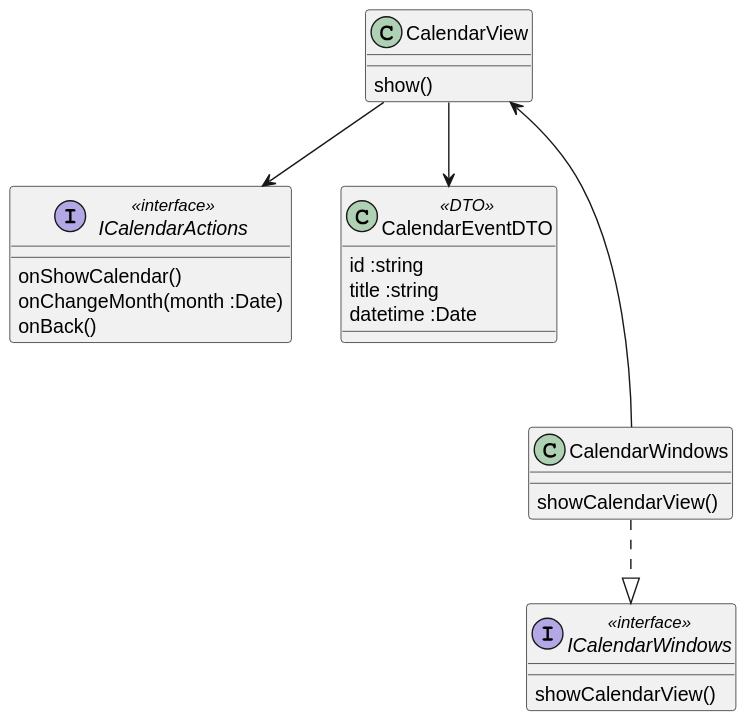
Igor-Ochocki/POP-2026Z keeps this PlantUML diagram as diagrams/frontend/rendered/calendar-view.svg. Above is the earlier version.
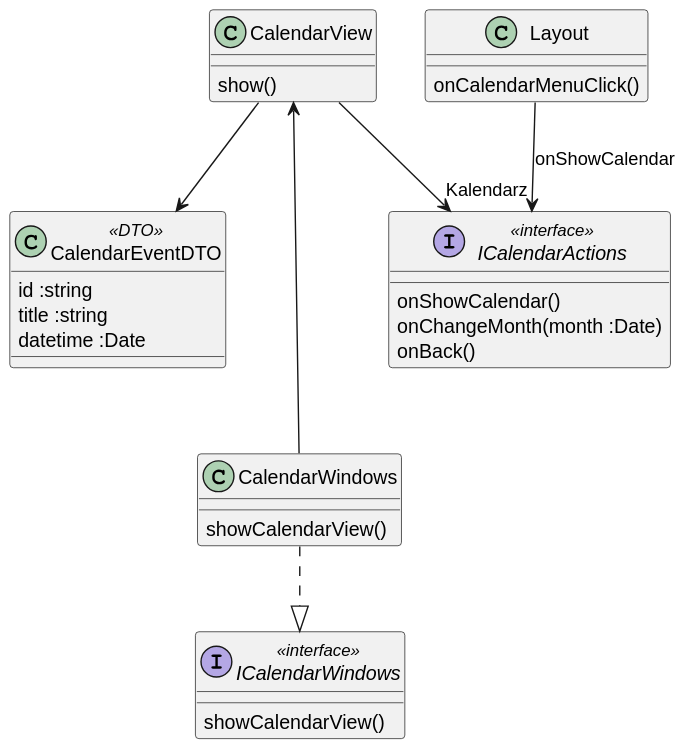
After the change.

What changed in the source:
```diff
@@ -10,6 +10,12 @@
 }
 
 ICalendarActions <-u- CalendarView
+
+class Layout {
+onCalendarMenuClick()
+}
+
+ICalendarActions <-u- Layout : "Kalendarz" (onShowCalendar)
 
 CalendarView --> CalendarEventDTO
 
```
